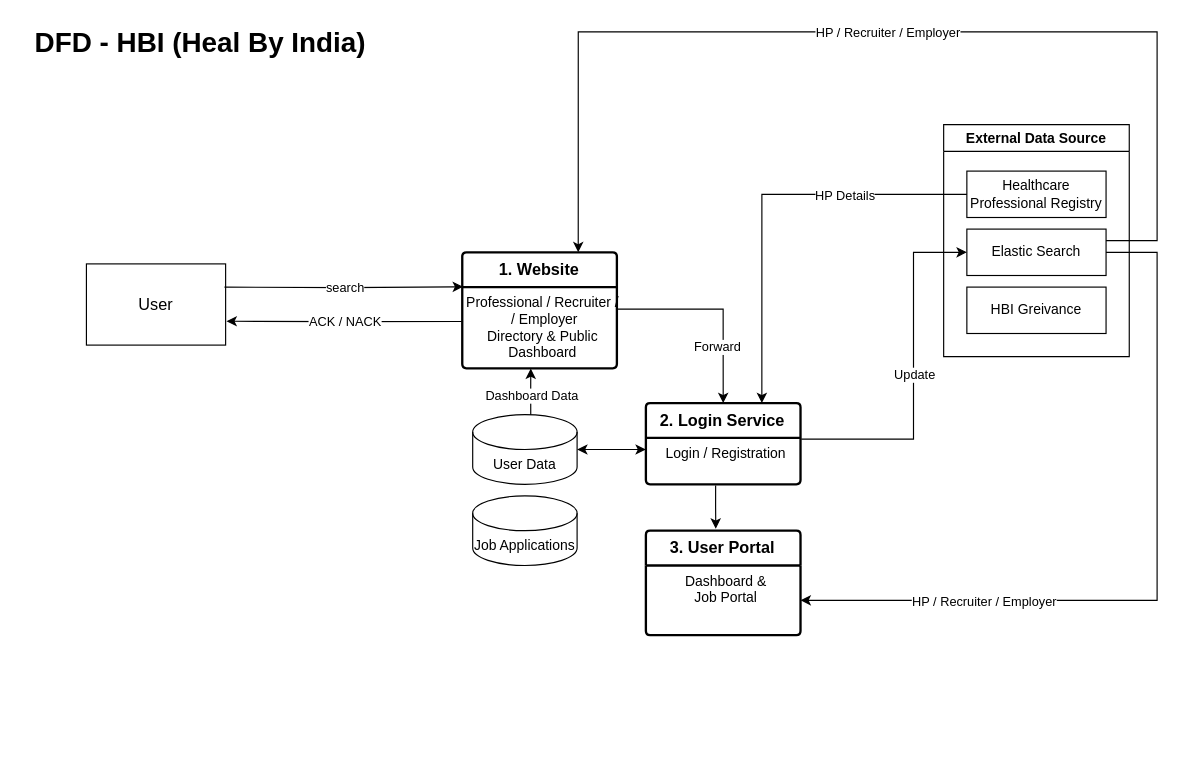
This is HBI_DFD.drawio from maddy23285/policies, a draw.io file, before an edit. Source tidied: cells renumbered, new cells numbered last; positions are measured from the earlier drawing's top-left corner, leaving out a move shared by most shapes. Both pictures are drawn from the tidied source at 116%, with x=0, y=0 at pixel (20, 20).
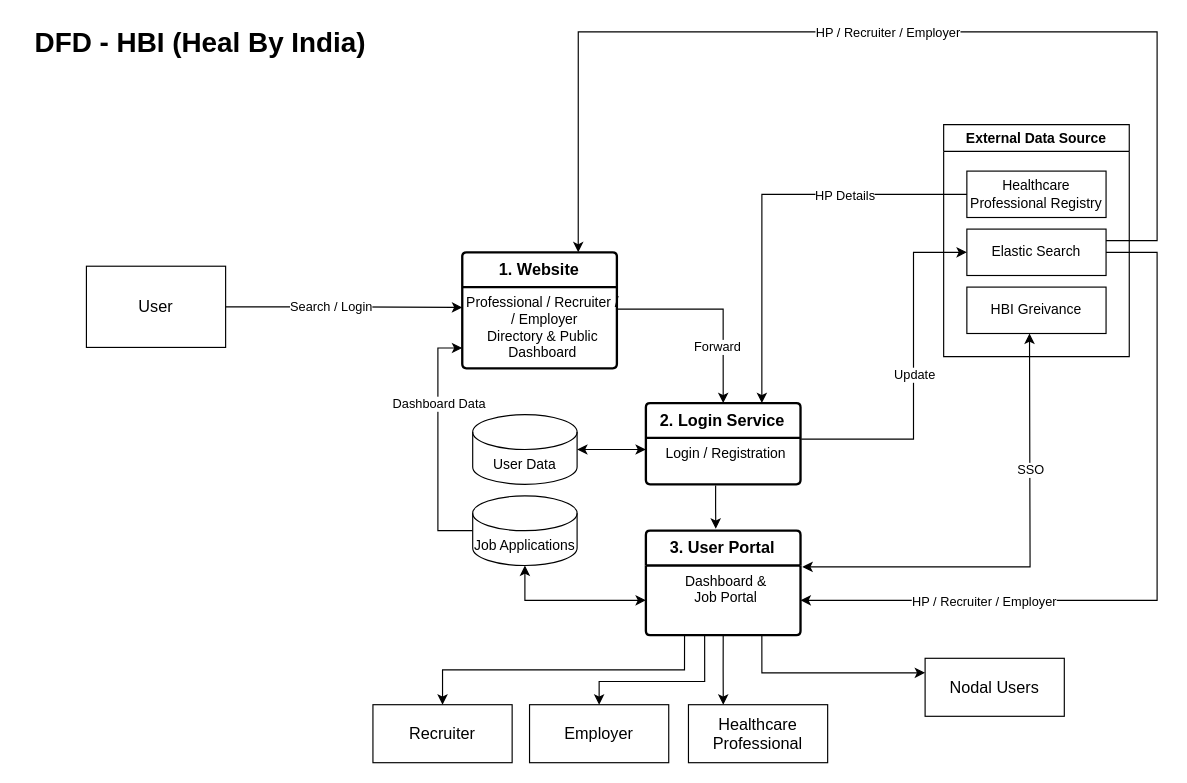
The same page after the edit.

Unchanged cells that the change refers to:
```xml
<mxCell id="2" value="&lt;font style=&quot;font-size: 14px;&quot;&gt;&lt;b style=&quot;&quot;&gt;1. Website&lt;/b&gt;&lt;/font&gt;" style="swimlane;horizontal=1;startSize=30;rounded=1;fontSize=14;fontStyle=0;strokeWidth=2;shadow=0;dashed=0;align=center;arcSize=4;whiteSpace=wrap;html=1;" parent="1" vertex="1">
  <mxGeometry x="381" y="200" width="133.3" height="100" as="geometry" />
</mxCell>
<mxCell id="3" value="Professional / Recruiter /&lt;br&gt;&amp;nbsp;/ Employer&lt;br&gt;Directory &amp;amp; Public &lt;br&gt;Dashboard" style="align=center;strokeColor=none;fillColor=none;spacingLeft=4;fontSize=12;verticalAlign=top;html=1;" parent="2" vertex="1">
  <mxGeometry y="30" width="133.3" height="70" as="geometry" />
</mxCell>
<mxCell id="7" value="User Data" style="shape=cylinder3;whiteSpace=wrap;html=1;boundedLbl=1;backgroundOutline=1;size=15;" parent="1" vertex="1">
  <mxGeometry x="390" y="340" width="90" height="60" as="geometry" />
</mxCell>
<mxCell id="11" value="Dashboard &amp;amp; &lt;br&gt;Job Portal" style="align=center;strokeColor=none;fillColor=none;spacingLeft=4;fontSize=12;verticalAlign=top;html=1;" parent="10" vertex="1">
  <mxGeometry y="30" width="133.3" height="60" as="geometry" />
</mxCell>
<mxCell id="17" value="External Data Source" style="swimlane;whiteSpace=wrap;html=1;" parent="1" vertex="1">
  <mxGeometry x="796" y="90" width="160" height="200" as="geometry" />
</mxCell>
<mxCell id="33" value="Job Applications" style="shape=cylinder3;whiteSpace=wrap;html=1;boundedLbl=1;backgroundOutline=1;size=15;" parent="1" vertex="1">
  <mxGeometry x="390" y="410" width="90" height="60" as="geometry" />
</mxCell>
```

The edit, as a diff of the source:
```diff
@@
     <mxCell id="4" value="&lt;font style=&quot;font-size: 14px;&quot;&gt;User&lt;br&gt;&lt;/font&gt;" style="rounded=0;whiteSpace=wrap;html=1;" parent="1" vertex="1">
-      <mxGeometry x="57" y="210" width="120" height="70" as="geometry" />
+      <mxGeometry x="57" y="212" width="120" height="70" as="geometry" />
     </mxCell>
-    <mxCell id="5" style="endArrow=classic;html=1;rounded=0;edgeStyle=orthogonalEdgeStyle;entryX=0.005;entryY=0.297;entryDx=0;entryDy=0;entryPerimeter=0;" parent="1" edge="1" target="2">
-      <mxGeometry relative="1" as="geometry">
-        <mxPoint x="176" y="230" as="sourcePoint" />
-      </mxGeometry>
+    <mxCell id="5" style="endArrow=classic;html=1;rounded=0;edgeStyle=orthogonalEdgeStyle;entryX=0;entryY=0.25;entryDx=0;entryDy=0;" parent="1" edge="1" source="4" target="3">
+      <mxGeometry relative="1" as="geometry" />
     </mxCell>
-    <mxCell id="6" value="search" style="edgeLabel;html=1;align=center;verticalAlign=middle;" parent="5" vertex="1">
-      <mxGeometry relative="1" as="geometry" />
-    </mxCell>
@@
-    <mxCell id="13" style="endArrow=classic;html=1;rounded=0;edgeStyle=orthogonalEdgeStyle;entryX=1.006;entryY=0.706;entryDx=0;entryDy=0;entryPerimeter=0;exitX=0.005;exitY=0.424;exitDx=0;exitDy=0;exitPerimeter=0;" parent="1" edge="1" source="3" target="4">
-      <mxGeometry relative="1" as="geometry" />
-    </mxCell>
-    <mxCell id="14" value="ACK / NACK" style="edgeLabel;html=1;align=center;verticalAlign=middle;" parent="13" vertex="1">
-      <mxGeometry relative="1" as="geometry" />
-    </mxCell>
@@
+    <mxCell id="34" style="endArrow=classic;startArrow=classic;html=1;rounded=0;edgeStyle=orthogonalEdgeStyle;exitX=1.012;exitY=0.02;exitDx=0;exitDy=0;exitPerimeter=0;" parent="17" edge="1" source="11">
+      <mxGeometry relative="1" as="geometry">
+        <mxPoint x="74" y="180" as="targetPoint" />
+      </mxGeometry>
+    </mxCell>
+    <mxCell id="35" value="SSO" style="edgeLabel;html=1;align=center;verticalAlign=middle;" parent="34" vertex="1">
+      <mxGeometry x="0.41" relative="1" as="geometry" />
+    </mxCell>
@@
-    <mxCell id="31" style="endArrow=classic;html=1;rounded=0;edgeStyle=orthogonalEdgeStyle;exitX=0.556;exitY=0;exitDx=0;exitDy=0;exitPerimeter=0;entryX=0.443;entryY=1.003;entryDx=0;entryDy=0;entryPerimeter=0;" parent="1" edge="1" source="7" target="3">
-      <mxGeometry relative="1" as="geometry" />
+    <mxCell id="31" style="endArrow=classic;html=1;rounded=0;edgeStyle=orthogonalEdgeStyle;exitX=0;exitY=0.5;exitDx=0;exitDy=0;exitPerimeter=0;entryX=0;entryY=0.75;entryDx=0;entryDy=0;" parent="1" edge="1" source="33" target="3">
+      <mxGeometry relative="1" as="geometry">
+        <Array as="points">
+          <mxPoint x="360" y="440" />
+          <mxPoint x="360" y="283" />
+        </Array>
+      </mxGeometry>
     </mxCell>
     <mxCell id="32" value="Dashboard Data" style="edgeLabel;html=1;align=center;verticalAlign=middle;" parent="31" vertex="1">
-      <mxGeometry x="-0.13" relative="1" as="geometry" />
+      <mxGeometry x="-0.13" relative="1" as="geometry">
+        <mxPoint y="-49" as="offset" />
+      </mxGeometry>
     </mxCell>
@@
+    <mxCell id="36" style="endArrow=classic;startArrow=classic;html=1;rounded=0;edgeStyle=orthogonalEdgeStyle;exitX=0;exitY=0.5;exitDx=0;exitDy=0;entryX=0.5;entryY=1;entryDx=0;entryDy=0;entryPerimeter=0;" parent="1" edge="1" source="11" target="33">
+      <mxGeometry relative="1" as="geometry" />
+    </mxCell>
+    <mxCell id="37" value="&lt;font style=&quot;font-size: 14px;&quot;&gt;Recruiter&lt;br&gt;&lt;/font&gt;" style="rounded=0;whiteSpace=wrap;html=1;" parent="1" vertex="1">
+      <mxGeometry x="304" y="590" width="120" height="50" as="geometry" />
+    </mxCell>
+    <mxCell id="38" value="&lt;font style=&quot;font-size: 14px;&quot;&gt;Employer&lt;br&gt;&lt;/font&gt;" style="rounded=0;whiteSpace=wrap;html=1;" parent="1" vertex="1">
+      <mxGeometry x="439" y="590" width="120" height="50" as="geometry" />
+    </mxCell>
+    <mxCell id="39" value="&lt;font style=&quot;font-size: 14px;&quot;&gt;Healthcare Professional&lt;br&gt;&lt;/font&gt;" style="rounded=0;whiteSpace=wrap;html=1;" parent="1" vertex="1">
+      <mxGeometry x="576" y="590" width="120" height="50" as="geometry" />
+    </mxCell>
+    <mxCell id="40" value="&lt;font style=&quot;font-size: 14px;&quot;&gt;Nodal Users&lt;br&gt;&lt;/font&gt;" style="rounded=0;whiteSpace=wrap;html=1;" parent="1" vertex="1">
+      <mxGeometry x="780" y="550" width="120" height="50" as="geometry" />
+    </mxCell>
+    <mxCell id="41" style="endArrow=classic;html=1;rounded=0;edgeStyle=orthogonalEdgeStyle;exitX=0.25;exitY=1;exitDx=0;exitDy=0;entryX=0.5;entryY=0;entryDx=0;entryDy=0;" parent="1" edge="1" source="11" target="37">
+      <mxGeometry relative="1" as="geometry" />
+    </mxCell>
+    <mxCell id="42" style="endArrow=classic;html=1;rounded=0;edgeStyle=orthogonalEdgeStyle;exitX=0.38;exitY=1;exitDx=0;exitDy=0;entryX=0.5;entryY=0;entryDx=0;entryDy=0;exitPerimeter=0;" parent="1" edge="1" source="11" target="38">
+      <mxGeometry relative="1" as="geometry">
+        <Array as="points">
+          <mxPoint x="590" y="570" />
+          <mxPoint x="499" y="570" />
+        </Array>
+      </mxGeometry>
+    </mxCell>
+    <mxCell id="43" style="endArrow=classic;html=1;rounded=0;edgeStyle=orthogonalEdgeStyle;exitX=0.5;exitY=1;exitDx=0;exitDy=0;entryX=0.25;entryY=0;entryDx=0;entryDy=0;" parent="1" edge="1" source="11" target="39">
+      <mxGeometry relative="1" as="geometry" />
+    </mxCell>
+    <mxCell id="44" style="endArrow=classic;html=1;rounded=0;edgeStyle=orthogonalEdgeStyle;entryX=0;entryY=0.25;entryDx=0;entryDy=0;exitX=0.75;exitY=1;exitDx=0;exitDy=0;" parent="1" edge="1" source="11" target="40">
+      <mxGeometry relative="1" as="geometry" />
+    </mxCell>
+    <mxCell id="45" value="Search / Login" style="edgeLabel;html=1;align=center;verticalAlign=middle;" parent="1" vertex="1">
+      <mxGeometry x="267" y="246" as="geometry" />
+    </mxCell>
```
